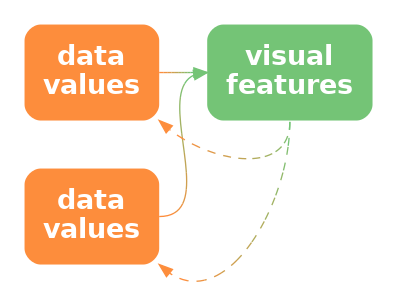
This is Diagrams/conflict-decode.png from pmur002/hdvw, a Graphviz export, as it was before one commit. Its source is kept beside it as Diagrams/conflict-decode.dot.
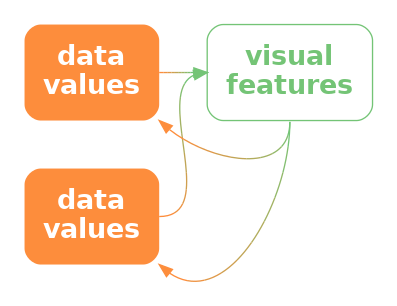
After the commit.

The edit, as a diff of the source:
```diff
@@ -4,11 +4,11 @@
   data [ label="data\nvalues"; shape=box; style="filled, rounded"; penwidth=0; fontcolor=white; fillcolor="#FD8D3C" ]
   data2 [ label="data\nvalues"; shape=box; style="filled, rounded"; penwidth=0; fontcolor=white; fillcolor="#FD8D3C" ]
   vis [ label="visual\nfeatures"; shape=box;
-     style="filled, rounded"; penwidth=0; fontcolor=white; fillcolor="#74C476" ]
-  data2 -> vis [ color="#FD8D3C;0.1:#EE9342;0.1:#DF9949;0.1:#CF9F4F;0.1:#C0A556;0.1:#B1AC5C;0.1:#A2B263;0.1:#92B869;0.1:#83BE70;0.1:#74C476;0.1" ] [ style="invis" ]
-  data:e -> vis:w [ color="#FD8D3C;0.1:#EE9342;0.1:#DF9949;0.1:#CF9F4F;0.1:#C0A556;0.1:#B1AC5C;0.1:#A2B263;0.1:#92B869;0.1:#83BE70;0.1:#74C476;0.1" ]
-  data2:e -> vis:w [ color="#FD8D3C;0.1:#EE9342;0.1:#DF9949;0.1:#CF9F4F;0.1:#C0A556;0.1:#B1AC5C;0.1:#A2B263;0.1:#92B869;0.1:#83BE70;0.1:#74C476;0.1" ]
-  vis:s -> data:se [ style="dashed", color="#74C476;0.1:#83BE70;0.1:#92B869;0.1:#A2B263;0.1:#B1AC5C;0.1:#C0A556;0.1:#CF9F4F;0.1:#DF9949;0.1:#EE9342;0.1:#FD8D3C;0.1" ]
-  vis:s -> data2:se [ style="dashed", color="#74C476;0.1:#83BE70;0.1:#92B869;0.1:#A2B263;0.1:#B1AC5C;0.1:#C0A556;0.1:#CF9F4F;0.1:#DF9949;0.1:#EE9342;0.1:#FD8D3C;0.1" ]
+     style="rounded"; color="#74C476"; fontcolor="#74C476" ]
+  data2 -> vis [ style="bold"; penwidth=1; color="#FD8D3C;0.1:#EE9342;0.1:#DF9949;0.1:#CF9F4F;0.1:#C0A556;0.1:#B1AC5C;0.1:#A2B263;0.1:#92B869;0.1:#83BE70;0.1:#74C476;0.1" ] [ style="invis" ]
+  data:e -> vis:w [ style="bold"; penwidth=1; color="#FD8D3C;0.1:#EE9342;0.1:#DF9949;0.1:#CF9F4F;0.1:#C0A556;0.1:#B1AC5C;0.1:#A2B263;0.1:#92B869;0.1:#83BE70;0.1:#74C476;0.1" ]
+  data2:e -> vis:w [ style="bold"; penwidth=1; color="#FD8D3C;0.1:#EE9342;0.1:#DF9949;0.1:#CF9F4F;0.1:#C0A556;0.1:#B1AC5C;0.1:#A2B263;0.1:#92B869;0.1:#83BE70;0.1:#74C476;0.1" ]
+  vis:s -> data:se [ style="solid", color="#74C476;0.1:#83BE70;0.1:#92B869;0.1:#A2B263;0.1:#B1AC5C;0.1:#C0A556;0.1:#CF9F4F;0.1:#DF9949;0.1:#EE9342;0.1:#FD8D3C;0.1" ]
+  vis:s -> data2:se [ style="solid", color="#74C476;0.1:#83BE70;0.1:#92B869;0.1:#A2B263;0.1:#B1AC5C;0.1:#C0A556;0.1:#CF9F4F;0.1:#DF9949;0.1:#EE9342;0.1:#FD8D3C;0.1" ]
 { rank=same; data, data2 }
 }
```
